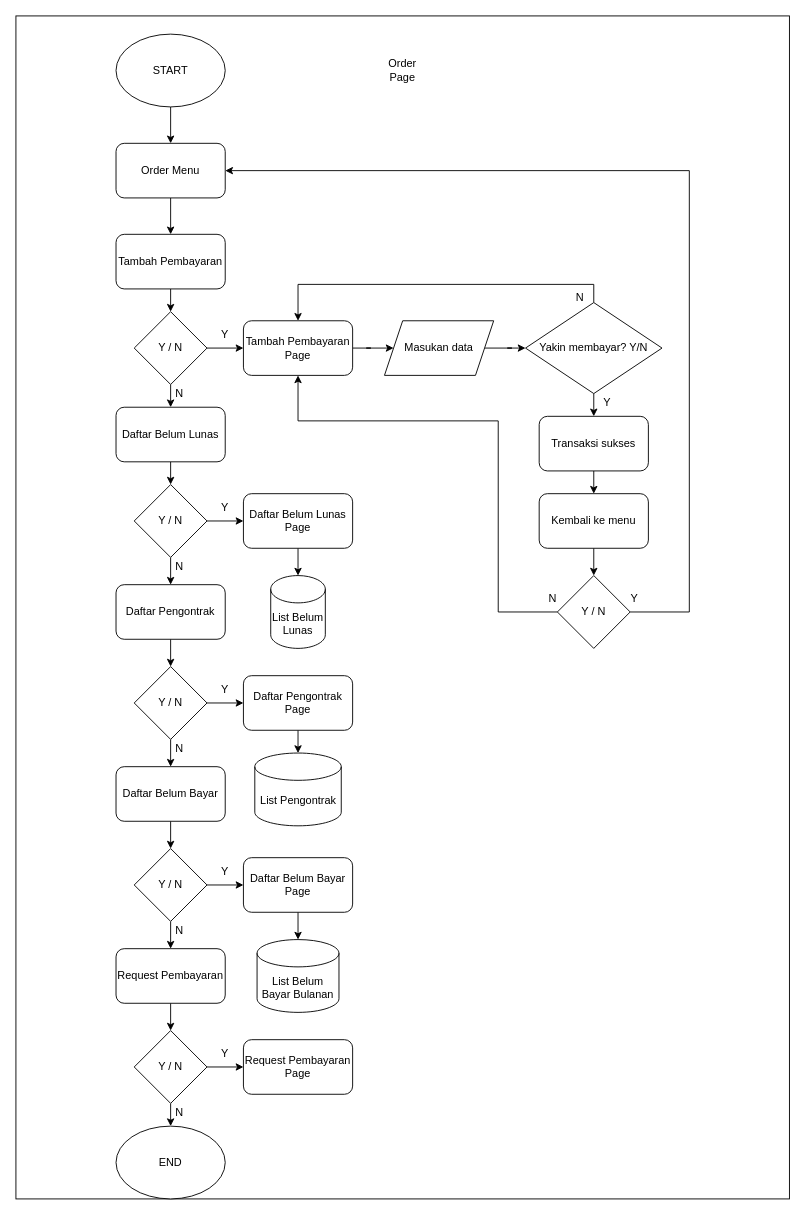
The draw.io diagram page "pemilikOrder" (4 of 7) of Untitled Diagram.drawio in dekuwimasnto/KUMAPU, before the edit. Source tidied: cells renumbered, new cells numbered last; positions are measured from the earlier drawing's top-left corner, leaving out a move shared by most shapes. Both pictures are drawn from the tidied source at 91%, with x=0, y=0 at pixel (15, 15).
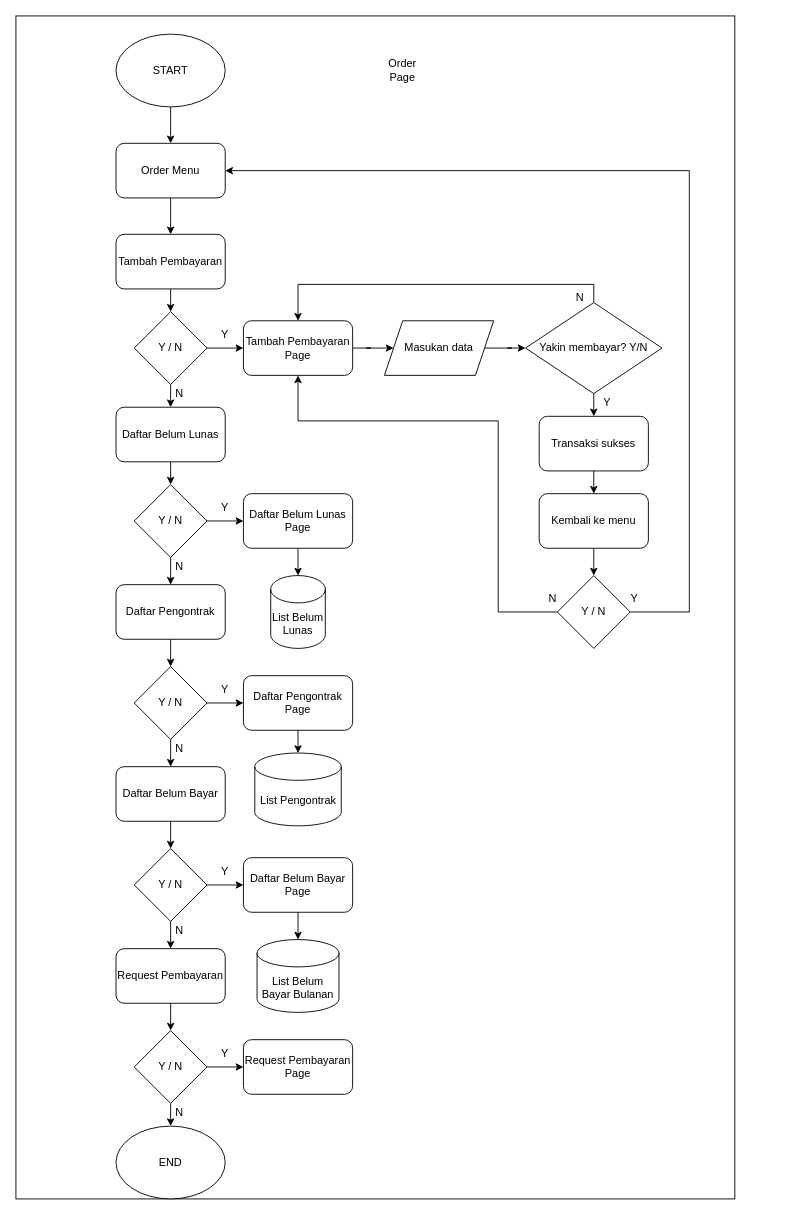
The same page after the edit.

Diff of the diagram source:
```diff
@@
-    <mxCell id="2" style="rounded=0;whiteSpace=wrap;html=1;" parent="1" vertex="1">
-      <mxGeometry width="850" height="1300" as="geometry" />
-    </mxCell>
+    <mxCell id="72" style="rounded=0;whiteSpace=wrap;html=1;" parent="1" vertex="1">
+      <mxGeometry width="790" height="1300" as="geometry" />
+    </mxCell>
```
